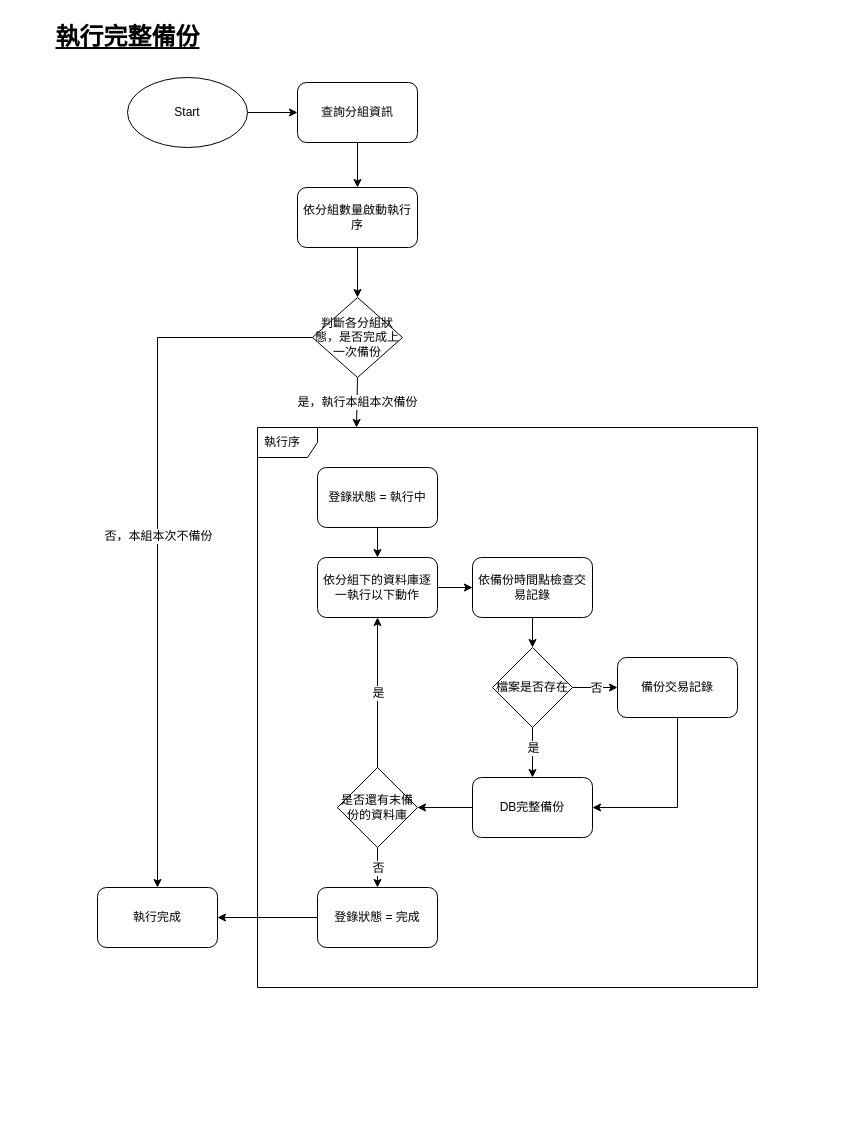
The draw.io diagram page "完整備份" (3 of 5) of asus/ASUSMaintainTool/DBBackup/SA/diagram/DB_backup.drawio in ArcareRD/sadocs, before the edit. Source tidied: cells renumbered, new cells numbered last; positions are measured from the earlier drawing's top-left corner, leaving out a move shared by most shapes. Both pictures are drawn from the tidied source at 100%, with x=0, y=0 at pixel (17, 17).
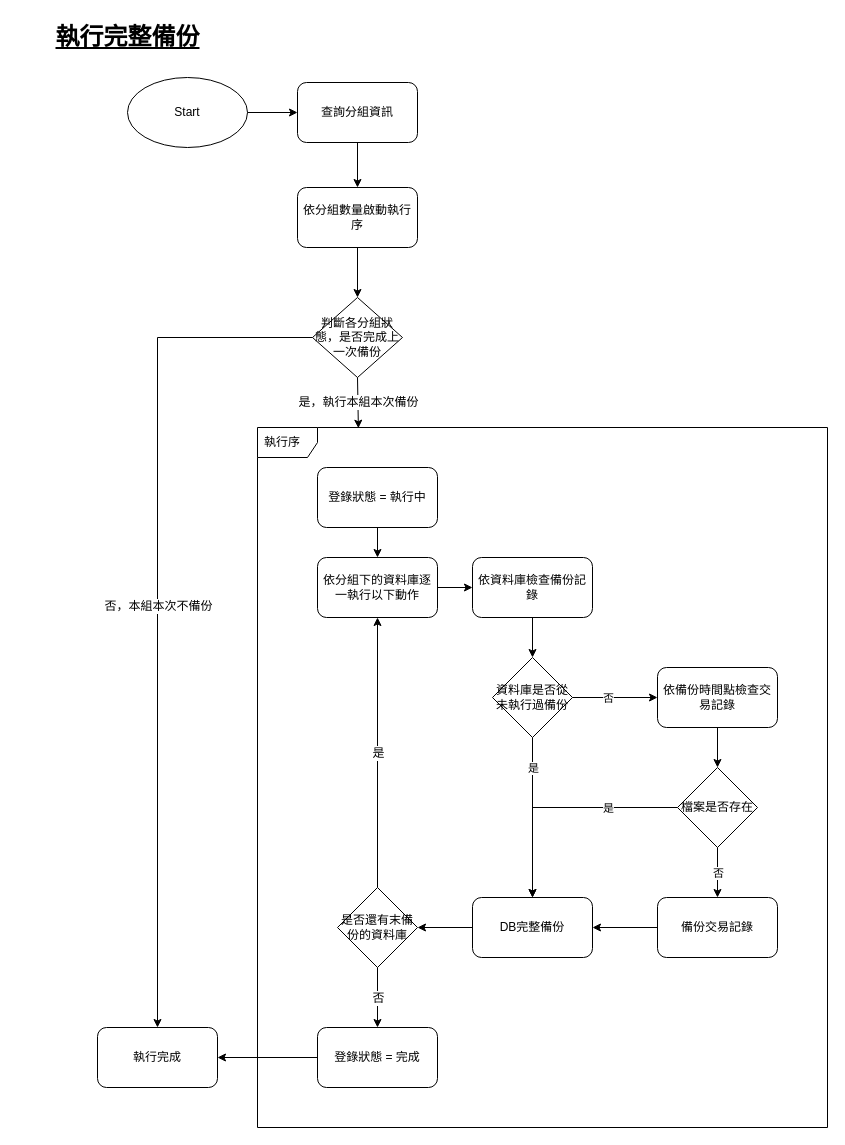
The same diagram, later.

The change refers to these unchanged cells:
```xml
<mxCell id="4" value="判斷各分組狀態，是否完成上一次備份" style="rhombus;whiteSpace=wrap;html=1;strokeColor=#000000;strokeWidth=1;" parent="1" vertex="1">
  <mxGeometry x="295" y="280" width="90" height="80" as="geometry" />
</mxCell>
<mxCell id="8" value="依分組下的資料庫逐一執行以下動作" style="rounded=1;whiteSpace=wrap;html=1;strokeColor=#000000;strokeWidth=1;fontSize=12;" parent="1" vertex="1">
  <mxGeometry x="300" y="540" width="120" height="60" as="geometry" />
</mxCell>
```

Change to the diagram source:
```diff
@@
     <mxCell id="9" value="執行序" style="shape=umlFrame;whiteSpace=wrap;html=1;width=60;height=30;boundedLbl=1;verticalAlign=middle;align=left;spacingLeft=5;strokeColor=#000000;strokeWidth=1;fontSize=12;" parent="1" vertex="1">
-      <mxGeometry x="240" y="410" width="500" height="560" as="geometry" />
+      <mxGeometry x="240" y="410" width="570" height="700" as="geometry" />
     </mxCell>
     <mxCell id="10" value="依備份時間點檢查交易記錄" style="rounded=1;whiteSpace=wrap;html=1;strokeColor=#000000;strokeWidth=1;fontSize=12;" parent="1" vertex="1">
-      <mxGeometry x="455" y="540" width="120" height="60" as="geometry" />
+      <mxGeometry x="640" y="650" width="120" height="60" as="geometry" />
     </mxCell>
     <mxCell id="11" value="檔案是否存在" style="rhombus;whiteSpace=wrap;html=1;strokeColor=#000000;strokeWidth=1;fontSize=12;" parent="1" vertex="1">
-      <mxGeometry x="475" y="630" width="80" height="80" as="geometry" />
+      <mxGeometry x="660" y="750" width="80" height="80" as="geometry" />
     </mxCell>
     <mxCell id="12" value="備份交易記錄" style="rounded=1;whiteSpace=wrap;html=1;strokeColor=#000000;strokeWidth=1;fontSize=12;" parent="1" vertex="1">
-      <mxGeometry x="600" y="640" width="120" height="60" as="geometry" />
+      <mxGeometry x="640" y="880" width="120" height="60" as="geometry" />
     </mxCell>
     <mxCell id="13" value="DB完整備份" style="rounded=1;whiteSpace=wrap;html=1;strokeColor=#000000;strokeWidth=1;fontSize=12;" parent="1" vertex="1">
-      <mxGeometry x="455" y="760" width="120" height="60" as="geometry" />
+      <mxGeometry x="455" y="880" width="120" height="60" as="geometry" />
     </mxCell>
     <mxCell id="14" value="登錄狀態 = 完成" style="rounded=1;whiteSpace=wrap;html=1;strokeColor=#000000;strokeWidth=1;fontSize=12;" parent="1" vertex="1">
-      <mxGeometry x="300" y="870" width="120" height="60" as="geometry" />
+      <mxGeometry x="300" y="1010" width="120" height="60" as="geometry" />
     </mxCell>
     <mxCell id="15" value="是否還有末備份的資料庫" style="rhombus;whiteSpace=wrap;html=1;strokeColor=#000000;strokeWidth=1;fontSize=12;" parent="1" vertex="1">
-      <mxGeometry x="320" y="750" width="80" height="80" as="geometry" />
+      <mxGeometry x="320" y="870" width="80" height="80" as="geometry" />
     </mxCell>
     <mxCell id="16" value="執行完成" style="rounded=1;whiteSpace=wrap;html=1;strokeColor=#000000;strokeWidth=1;fontSize=12;" parent="1" vertex="1">
-      <mxGeometry x="80" y="870" width="120" height="60" as="geometry" />
+      <mxGeometry x="80" y="1010" width="120" height="60" as="geometry" />
     </mxCell>
@@
-    <mxCell id="20" style="endArrow=classic;html=1;rounded=0;fontSize=12;exitX=0.5;exitY=1;exitDx=0;exitDy=0;" parent="1" edge="1" source="10" target="11">
-      <mxGeometry relative="1" as="geometry" />
-    </mxCell>
-    <mxCell id="21" style="endArrow=classic;html=1;rounded=0;fontSize=12;exitX=0.5;exitY=1;exitDx=0;exitDy=0;entryX=0.5;entryY=0;entryDx=0;entryDy=0;" parent="1" edge="1" source="11" target="13">
-      <mxGeometry relative="1" as="geometry">
-        <Array as="points">
-          <mxPoint x="515" y="730" />
-        </Array>
-      </mxGeometry>
-    </mxCell>
-    <mxCell id="22" value="是" style="edgeLabel;html=1;align=center;verticalAlign=middle;strokeColor=#000000;strokeWidth=1;fontSize=12;" parent="21" vertex="1">
-      <mxGeometry relative="1" as="geometry">
-        <mxPoint y="-5" as="offset" />
-      </mxGeometry>
-    </mxCell>
@@
-    <mxCell id="29" style="endArrow=classic;html=1;rounded=0;fontSize=12;exitX=0.5;exitY=1;exitDx=0;exitDy=0;entryX=0.198;entryY=0;entryDx=0;entryDy=0;entryPerimeter=0;" parent="1" edge="1" source="4" target="9">
+    <mxCell id="29" style="endArrow=classic;html=1;rounded=0;fontSize=12;exitX=0.5;exitY=1;exitDx=0;exitDy=0;entryX=0.177;entryY=0.001;entryDx=0;entryDy=0;entryPerimeter=0;" parent="1" edge="1" source="4" target="9">
       <mxGeometry relative="1" as="geometry" />
     </mxCell>
@@
-    <mxCell id="31" style="endArrow=classic;html=1;rounded=0;fontSize=12;exitX=1;exitY=0.5;exitDx=0;exitDy=0;entryX=0;entryY=0.5;entryDx=0;entryDy=0;" parent="1" edge="1" source="8" target="10">
+    <mxCell id="31" style="endArrow=classic;html=1;rounded=0;fontSize=12;exitX=1;exitY=0.5;exitDx=0;exitDy=0;entryX=0;entryY=0.5;entryDx=0;entryDy=0;" parent="1" edge="1" source="8" target="38">
       <mxGeometry relative="1" as="geometry" />
     </mxCell>
-    <mxCell id="32" style="endArrow=classic;html=1;rounded=0;fontSize=12;exitX=1;exitY=0.5;exitDx=0;exitDy=0;entryX=0;entryY=0.5;entryDx=0;entryDy=0;" parent="1" edge="1" source="11" target="12">
-      <mxGeometry relative="1" as="geometry" />
-    </mxCell>
-    <mxCell id="33" value="否" style="edgeLabel;html=1;align=center;verticalAlign=middle;strokeColor=#000000;strokeWidth=1;fontSize=12;" parent="32" vertex="1">
-      <mxGeometry relative="1" as="geometry" />
-    </mxCell>
-    <mxCell id="34" style="endArrow=classic;html=1;rounded=0;fontSize=12;exitX=0.5;exitY=1;exitDx=0;exitDy=0;entryX=1;entryY=0.5;entryDx=0;entryDy=0;" parent="1" edge="1" source="12" target="13">
-      <mxGeometry relative="1" as="geometry">
-        <Array as="points">
-          <mxPoint x="660" y="790" />
-        </Array>
-      </mxGeometry>
-    </mxCell>
@@
+    <mxCell id="38" value="依資料庫檢查備份記錄" style="rounded=1;whiteSpace=wrap;html=1;strokeColor=#000000;strokeWidth=1;fontSize=12;" parent="1" vertex="1">
+      <mxGeometry x="455" y="540" width="120" height="60" as="geometry" />
+    </mxCell>
+    <mxCell id="39" value="資料庫是否從未執行過備份" style="rhombus;whiteSpace=wrap;html=1;strokeColor=#000000;strokeWidth=1;fontSize=12;" parent="1" vertex="1">
+      <mxGeometry x="475" y="640" width="80" height="80" as="geometry" />
+    </mxCell>
+    <mxCell id="40" style="endArrow=classic;html=1;rounded=0;exitX=0.5;exitY=1;exitDx=0;exitDy=0;entryX=0.5;entryY=0;entryDx=0;entryDy=0;" parent="1" edge="1" source="38" target="39">
+      <mxGeometry relative="1" as="geometry" />
+    </mxCell>
+    <mxCell id="41" style="endArrow=classic;html=1;rounded=0;exitX=1;exitY=0.5;exitDx=0;exitDy=0;" parent="1" edge="1" source="39" target="10">
+      <mxGeometry relative="1" as="geometry" />
+    </mxCell>
+    <mxCell id="42" value="否" style="edgeLabel;html=1;align=center;verticalAlign=middle;" parent="41" vertex="1">
+      <mxGeometry relative="1" as="geometry">
+        <mxPoint x="-8" as="offset" />
+      </mxGeometry>
+    </mxCell>
+    <mxCell id="43" style="endArrow=classic;html=1;rounded=0;entryX=0.5;entryY=0;entryDx=0;entryDy=0;exitX=0.5;exitY=1;exitDx=0;exitDy=0;" parent="1" edge="1" source="39" target="13">
+      <mxGeometry relative="1" as="geometry" />
+    </mxCell>
+    <mxCell id="44" value="是" style="edgeLabel;html=1;align=center;verticalAlign=middle;" parent="43" vertex="1">
+      <mxGeometry relative="1" as="geometry">
+        <mxPoint y="-50" as="offset" />
+      </mxGeometry>
+    </mxCell>
+    <mxCell id="20" style="endArrow=classic;html=1;rounded=0;exitX=0.5;exitY=1;exitDx=0;exitDy=0;entryX=0.5;entryY=0;entryDx=0;entryDy=0;" parent="1" edge="1" source="10" target="11">
+      <mxGeometry relative="1" as="geometry" />
+    </mxCell>
+    <mxCell id="21" style="endArrow=classic;html=1;rounded=0;exitX=0;exitY=0.5;exitDx=0;exitDy=0;entryX=0.5;entryY=0;entryDx=0;entryDy=0;" parent="1" edge="1" source="11" target="13">
+      <mxGeometry relative="1" as="geometry">
+        <Array as="points">
+          <mxPoint x="515" y="790" />
+        </Array>
+      </mxGeometry>
+    </mxCell>
+    <mxCell id="45" value="是" style="edgeLabel;html=1;align=center;verticalAlign=middle;" parent="21" vertex="1">
+      <mxGeometry relative="1" as="geometry">
+        <mxPoint x="48" as="offset" />
+      </mxGeometry>
+    </mxCell>
+    <mxCell id="32" style="endArrow=classic;html=1;rounded=0;exitX=0.5;exitY=1;exitDx=0;exitDy=0;entryX=0.5;entryY=0;entryDx=0;entryDy=0;" parent="1" edge="1" source="11" target="12">
+      <mxGeometry relative="1" as="geometry" />
+    </mxCell>
+    <mxCell id="46" value="否" style="edgeLabel;html=1;align=center;verticalAlign=middle;" parent="32" vertex="1">
+      <mxGeometry relative="1" as="geometry" />
+    </mxCell>
+    <mxCell id="34" style="endArrow=classic;html=1;rounded=0;exitX=0;exitY=0.5;exitDx=0;exitDy=0;entryX=1;entryY=0.5;entryDx=0;entryDy=0;" parent="1" edge="1" source="12" target="13">
+      <mxGeometry relative="1" as="geometry" />
+    </mxCell>
```
